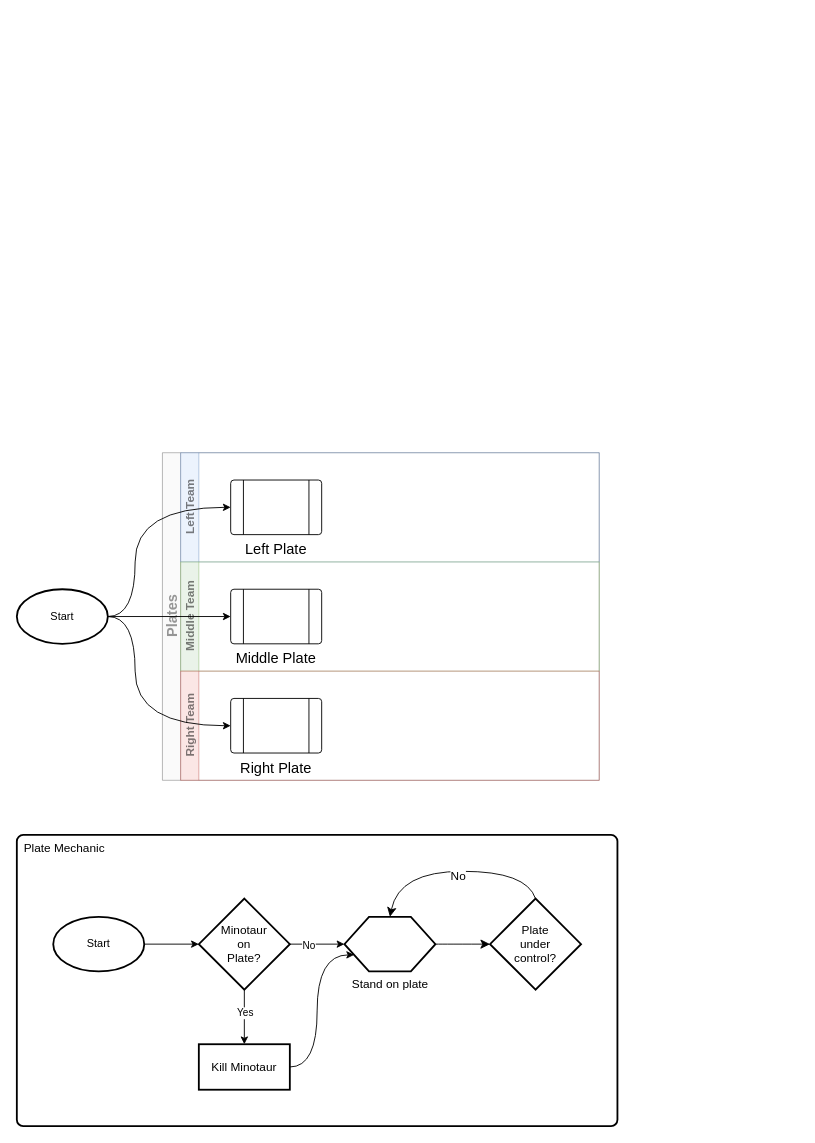
This is docs/Vault of Glass.drawio from Yogarine/grave.world, a draw.io file, before an edit. Source tidied: cells renumbered, new cells numbered last; positions are measured from the earlier drawing's top-left corner, leaving out a move shared by most shapes. Both pictures are drawn from the tidied source at 91%, with x=0, y=0 at pixel (16, 452).
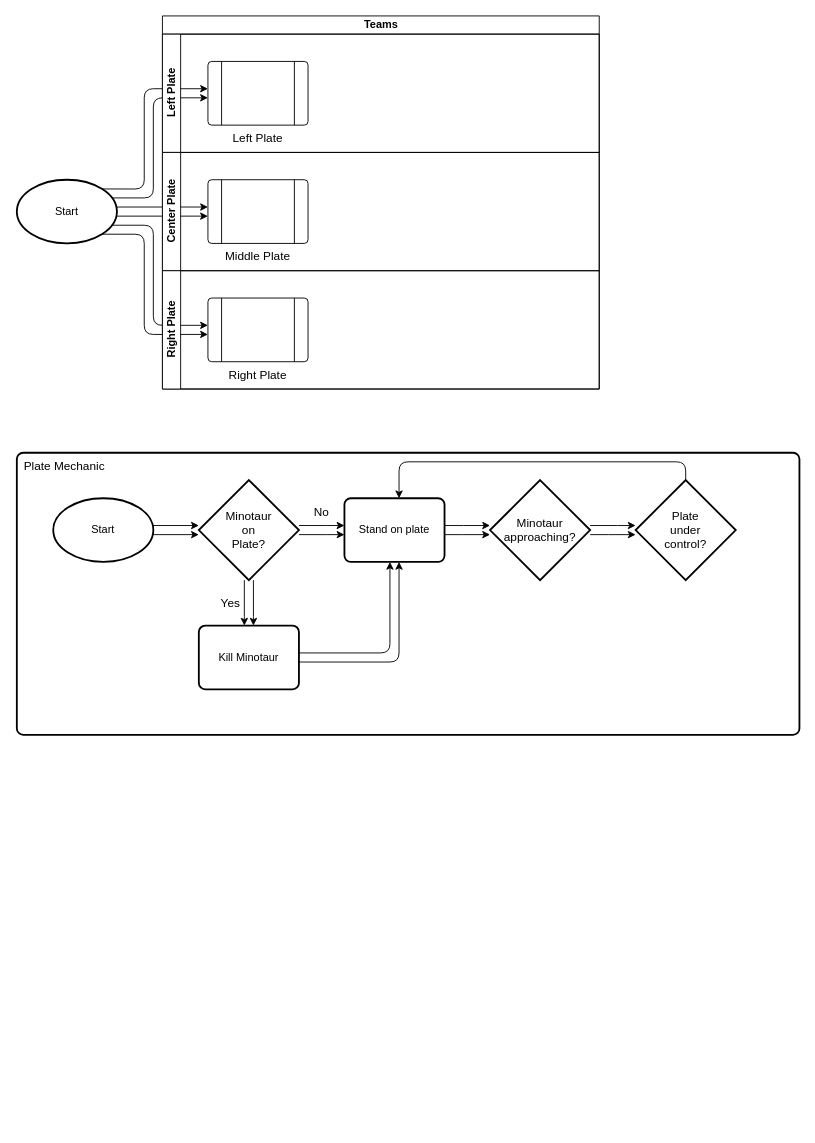
The same diagram, later.

Diff of the diagram source:
```diff
@@
-    <mxCell id="2" value="Plate Mechanic" style="rounded=1;whiteSpace=wrap;html=1;absoluteArcSize=1;arcSize=14;strokeWidth=2;align=left;verticalAlign=top;fontSize=13;spacingLeft=6;" parent="1" vertex="1">
-      <mxGeometry y="420" width="660" height="320" as="geometry" />
+    <mxCell id="2" value="Plate Mechanic" style="rounded=1;whiteSpace=wrap;html=1;absoluteArcSize=1;arcSize=14;strokeWidth=2;align=left;verticalAlign=top;fontSize=13;spacingLeft=6;fillColor=none;" parent="1" vertex="1">
+      <mxGeometry width="860" height="310" as="geometry" />
     </mxCell>
-    <mxCell id="3" value="Plates" style="swimlane;horizontal=0;startSize=20;html=1;fontSize=16;fillColor=#f5f5f5;fontColor=#333333;strokeColor=#666666;opacity=50;textOpacity=50;" parent="1" vertex="1">
-      <mxGeometry x="160" width="480" height="360" as="geometry" />
-    </mxCell>
-    <mxCell id="4" value="Left Team" style="swimlane;startSize=20;horizontal=0;html=1;fontSize=13;fillColor=#dae8fc;strokeColor=#6c8ebf;opacity=50;textOpacity=50;" parent="3" vertex="1">
-      <mxGeometry x="20" width="460" height="120" as="geometry" />
-    </mxCell>
+    <mxCell id="28" value="No" style="text;html=1;strokeColor=none;fillColor=none;align=center;verticalAlign=middle;whiteSpace=wrap;rounded=0;fontSize=13;" parent="2" vertex="1">
+      <mxGeometry x="310" y="50" width="50" height="30" as="geometry" />
+    </mxCell>
+    <mxCell id="29" style="edgeStyle=orthogonalEdgeStyle;jettySize=auto;html=1;curved=1;" parent="2" edge="1" source="10" target="36">
+      <mxGeometry relative="1" as="geometry">
+        <Array as="points">
+          <mxPoint x="490" y="80" />
+          <mxPoint x="490" y="80" />
+        </Array>
+      </mxGeometry>
+    </mxCell>
+    <mxCell id="30" style="edgeStyle=orthogonalEdgeStyle;rounded=0;jettySize=auto;html=1;" parent="2" edge="1" source="10" target="36">
+      <mxGeometry relative="1" as="geometry">
+        <Array as="points">
+          <mxPoint x="490" y="90" />
+          <mxPoint x="490" y="90" />
+        </Array>
+      </mxGeometry>
+    </mxCell>
+    <mxCell id="13" style="edgeStyle=orthogonalEdgeStyle;rounded=0;jettySize=auto;html=1;strokeWidth=1;fontSize=13;" parent="2" edge="1" source="15" target="10">
+      <mxGeometry relative="1" as="geometry">
+        <Array as="points">
+          <mxPoint x="340" y="90" />
+          <mxPoint x="340" y="90" />
+        </Array>
+      </mxGeometry>
+    </mxCell>
+    <mxCell id="16" style="edgeStyle=orthogonalEdgeStyle;jettySize=auto;html=1;rounded=1;" parent="2" edge="1" source="17" target="10">
+      <mxGeometry relative="1" as="geometry">
+        <Array as="points">
+          <mxPoint x="410" y="220" />
+        </Array>
+      </mxGeometry>
+    </mxCell>
+    <mxCell id="31" style="edgeStyle=orthogonalEdgeStyle;jettySize=auto;html=1;rounded=1;" parent="2" edge="1" source="17" target="10">
+      <mxGeometry relative="1" as="geometry">
+        <Array as="points">
+          <mxPoint x="420" y="230" />
+        </Array>
+      </mxGeometry>
+    </mxCell>
+    <mxCell id="11" style="edgeStyle=orthogonalEdgeStyle;rounded=0;jettySize=auto;html=1;" parent="2" edge="1" source="15" target="17">
+      <mxGeometry relative="1" as="geometry">
+        <Array as="points">
+          <mxPoint x="250" y="180" />
+          <mxPoint x="250" y="180" />
+        </Array>
+      </mxGeometry>
+    </mxCell>
+    <mxCell id="20" style="edgeStyle=orthogonalEdgeStyle;jettySize=auto;html=1;exitX=0.5;exitY=1;exitDx=0;exitDy=0;exitPerimeter=0;rounded=1;" parent="2" edge="1" source="18" target="10">
+      <mxGeometry relative="1" as="geometry">
+        <Array as="points">
+          <mxPoint x="735" y="10" />
+          <mxPoint x="420" y="10" />
+        </Array>
+      </mxGeometry>
+    </mxCell>
+    <mxCell id="18" value="Plate&lt;br style=&quot;font-size: 13px;&quot;&gt;under&lt;br style=&quot;font-size: 13px;&quot;&gt;control?" style="strokeWidth=2;html=1;shape=mxgraph.flowchart.decision;whiteSpace=wrap;fontSize=13;direction=west;" parent="2" vertex="1">
+      <mxGeometry x="680" y="30" width="110" height="110" as="geometry" />
+    </mxCell>
+    <mxCell id="22" style="edgeStyle=orthogonalEdgeStyle;rounded=0;jettySize=auto;html=1;exitX=1;exitY=0.5;exitDx=0;exitDy=0;exitPerimeter=0;" parent="2" edge="1" source="23" target="15">
+      <mxGeometry relative="1" as="geometry">
+        <Array as="points">
+          <mxPoint x="150" y="80" />
+        </Array>
+      </mxGeometry>
+    </mxCell>
+    <mxCell id="32" style="edgeStyle=orthogonalEdgeStyle;rounded=0;jettySize=auto;html=1;exitX=1;exitY=0.5;exitDx=0;exitDy=0;exitPerimeter=0;" parent="2" edge="1" source="23" target="15">
+      <mxGeometry relative="1" as="geometry">
+        <Array as="points">
+          <mxPoint x="150" y="90" />
+        </Array>
+      </mxGeometry>
+    </mxCell>
+    <mxCell id="33" style="edgeStyle=orthogonalEdgeStyle;rounded=0;jettySize=auto;html=1;" parent="2" edge="1" source="15" target="17">
+      <mxGeometry relative="1" as="geometry">
+        <Array as="points">
+          <mxPoint x="260" y="180" />
+          <mxPoint x="260" y="180" />
+        </Array>
+      </mxGeometry>
+    </mxCell>
+    <mxCell id="15" value="Minotaur&lt;br style=&quot;font-size: 13px;&quot;&gt;on&lt;br style=&quot;font-size: 13px;&quot;&gt;Plate?" style="strokeWidth=2;html=1;shape=mxgraph.flowchart.decision;whiteSpace=wrap;fontSize=13;" parent="2" vertex="1">
+      <mxGeometry x="200" y="30" width="110" height="110" as="geometry" />
+    </mxCell>
+    <mxCell id="23" value="Start" style="strokeWidth=2;html=1;shape=mxgraph.flowchart.start_1;whiteSpace=wrap;" parent="2" vertex="1">
+      <mxGeometry x="40" y="50" width="110" height="70" as="geometry" />
+    </mxCell>
+    <mxCell id="34" style="edgeStyle=orthogonalEdgeStyle;rounded=0;jettySize=auto;html=1;" parent="2" edge="1" source="36" target="18">
+      <mxGeometry relative="1" as="geometry">
+        <Array as="points">
+          <mxPoint x="660" y="80" />
+          <mxPoint x="660" y="80" />
+        </Array>
+      </mxGeometry>
+    </mxCell>
+    <mxCell id="35" style="edgeStyle=orthogonalEdgeStyle;rounded=0;jettySize=auto;html=1;" parent="2" edge="1" source="36" target="18">
+      <mxGeometry relative="1" as="geometry">
+        <Array as="points">
+          <mxPoint x="650" y="90" />
+          <mxPoint x="650" y="90" />
+        </Array>
+      </mxGeometry>
+    </mxCell>
+    <mxCell id="36" value="Minotaur&lt;br style=&quot;font-size: 13px;&quot;&gt;approaching?" style="strokeWidth=2;html=1;shape=mxgraph.flowchart.decision;whiteSpace=wrap;fontSize=13;" parent="2" vertex="1">
+      <mxGeometry x="520" y="30" width="110" height="110" as="geometry" />
+    </mxCell>
+    <mxCell id="37" style="edgeStyle=orthogonalEdgeStyle;rounded=0;jettySize=auto;html=1;strokeWidth=1;fontSize=13;" parent="2" edge="1" source="15" target="10">
+      <mxGeometry relative="1" as="geometry">
+        <Array as="points">
+          <mxPoint x="340" y="80" />
+          <mxPoint x="340" y="80" />
+        </Array>
+      </mxGeometry>
+    </mxCell>
+    <mxCell id="10" value="Stand on plate" style="rounded=1;whiteSpace=wrap;html=1;absoluteArcSize=1;arcSize=14;strokeWidth=2;" parent="2" vertex="1">
+      <mxGeometry x="360" y="50" width="110" height="70" as="geometry" />
+    </mxCell>
+    <mxCell id="17" value="Kill Minotaur" style="rounded=1;whiteSpace=wrap;html=1;absoluteArcSize=1;arcSize=14;strokeWidth=2;" parent="2" vertex="1">
+      <mxGeometry x="200" y="190" width="110" height="70" as="geometry" />
+    </mxCell>
+    <mxCell id="12" value="Yes" style="text;html=1;strokeColor=none;fillColor=none;align=center;verticalAlign=middle;whiteSpace=wrap;rounded=0;fontSize=13;" parent="2" vertex="1">
+      <mxGeometry x="210" y="150" width="50" height="30" as="geometry" />
+    </mxCell>
+    <mxCell id="38" style="edgeStyle=orthogonalEdgeStyle;rounded=1;jettySize=auto;html=1;exitX=1;exitY=0.5;exitDx=0;exitDy=0;exitPerimeter=0;" parent="1" edge="1" source="27" target="7">
+      <mxGeometry relative="1" as="geometry">
+        <Array as="points">
+          <mxPoint x="100" y="-265" />
+          <mxPoint x="100" y="-270" />
+        </Array>
+      </mxGeometry>
+    </mxCell>
+    <mxCell id="39" style="edgeStyle=orthogonalEdgeStyle;rounded=1;jettySize=auto;html=1;exitX=1;exitY=0.5;exitDx=0;exitDy=0;exitPerimeter=0;" parent="1" edge="1" source="27" target="7">
+      <mxGeometry relative="1" as="geometry">
+        <Array as="points">
+          <mxPoint x="100" y="-265" />
+          <mxPoint x="100" y="-260" />
+        </Array>
+      </mxGeometry>
+    </mxCell>
+    <mxCell id="40" style="edgeStyle=orthogonalEdgeStyle;rounded=1;jettySize=auto;html=1;exitX=0.855;exitY=0.145;exitDx=0;exitDy=0;exitPerimeter=0;" parent="1" edge="1" source="27" target="5">
+      <mxGeometry relative="1" as="geometry">
+        <Array as="points">
+          <mxPoint x="94" y="-280" />
+          <mxPoint x="150" y="-280" />
+          <mxPoint x="150" y="-390" />
+        </Array>
+      </mxGeometry>
+    </mxCell>
+    <mxCell id="41" style="edgeStyle=orthogonalEdgeStyle;rounded=1;jettySize=auto;html=1;exitX=0.855;exitY=0.145;exitDx=0;exitDy=0;exitPerimeter=0;" parent="1" edge="1" source="27" target="5">
+      <mxGeometry relative="1" as="geometry">
+        <Array as="points">
+          <mxPoint x="140" y="-290" />
+          <mxPoint x="140" y="-400" />
+        </Array>
+      </mxGeometry>
+    </mxCell>
+    <mxCell id="42" style="edgeStyle=orthogonalEdgeStyle;jettySize=auto;html=1;exitX=0.855;exitY=0.855;exitDx=0;exitDy=0;exitPerimeter=0;rounded=1;" parent="1" edge="1" source="27" target="9">
+      <mxGeometry relative="1" as="geometry">
+        <Array as="points">
+          <mxPoint x="94" y="-250" />
+          <mxPoint x="150" y="-250" />
+          <mxPoint x="150" y="-140" />
+        </Array>
+      </mxGeometry>
+    </mxCell>
+    <mxCell id="43" style="edgeStyle=orthogonalEdgeStyle;rounded=1;jettySize=auto;html=1;exitX=0.855;exitY=0.855;exitDx=0;exitDy=0;exitPerimeter=0;" parent="1" edge="1" source="27" target="9">
+      <mxGeometry relative="1" as="geometry">
+        <Array as="points">
+          <mxPoint x="140" y="-240" />
+          <mxPoint x="140" y="-130" />
+        </Array>
+      </mxGeometry>
+    </mxCell>
+    <mxCell id="27" value="Start" style="strokeWidth=2;html=1;shape=mxgraph.flowchart.start_1;whiteSpace=wrap;" parent="1" vertex="1">
+      <mxGeometry y="-300" width="110" height="70" as="geometry" />
+    </mxCell>
+    <mxCell id="44" value="Teams" style="swimlane;horizontal=1;startSize=20;html=1;fontSize=12;" parent="1" vertex="1">
+      <mxGeometry x="160" y="-480" width="480" height="410" as="geometry" />
+    </mxCell>
+    <mxCell id="45" value="Left Plate" style="swimlane;startSize=20;horizontal=0;html=1;" parent="44" vertex="1">
+      <mxGeometry y="20" width="480" height="130" as="geometry" />
+    </mxCell>
-    <mxCell id="5" value="Left Plate" style="verticalLabelPosition=bottom;verticalAlign=top;html=1;shape=process;whiteSpace=wrap;rounded=1;size=0.14;arcSize=6;fontSize=16;" parent="4" vertex="1">
-      <mxGeometry x="55" y="30" width="100" height="60" as="geometry" />
+    <mxCell id="5" value="&lt;font style=&quot;font-size: 13px;&quot;&gt;Left Plate&lt;/font&gt;" style="verticalLabelPosition=bottom;verticalAlign=top;html=1;shape=process;whiteSpace=wrap;rounded=1;size=0.14;arcSize=6;fontSize=13;" parent="45" vertex="1">
+      <mxGeometry x="50" y="30" width="110" height="70" as="geometry" />
     </mxCell>
-    <mxCell id="6" value="Middle Team" style="swimlane;startSize=20;horizontal=0;html=1;fontSize=13;fillColor=#d5e8d4;strokeColor=#82b366;opacity=50;textOpacity=50;" parent="3" vertex="1">
-      <mxGeometry x="20" y="120" width="460" height="120" as="geometry" />
-    </mxCell>
+    <mxCell id="46" value="Center Plate" style="swimlane;startSize=20;horizontal=0;html=1;" parent="44" vertex="1">
+      <mxGeometry y="150" width="480" height="130" as="geometry" />
+    </mxCell>
-    <mxCell id="7" value="Middle Plate" style="verticalLabelPosition=bottom;verticalAlign=top;html=1;shape=process;whiteSpace=wrap;rounded=1;size=0.14;arcSize=6;fontSize=16;" parent="6" vertex="1">
-      <mxGeometry x="55" y="30" width="100" height="60" as="geometry" />
+    <mxCell id="7" value="&lt;font style=&quot;font-size: 13px;&quot;&gt;Middle Plate&lt;/font&gt;" style="verticalLabelPosition=bottom;verticalAlign=top;html=1;shape=process;whiteSpace=wrap;rounded=1;size=0.14;arcSize=6;fontSize=13;" parent="46" vertex="1">
+      <mxGeometry x="50" y="30" width="110" height="70" as="geometry" />
     </mxCell>
-    <mxCell id="8" value="Right Team" style="swimlane;startSize=20;horizontal=0;html=1;fontSize=13;fillColor=#f8cecc;strokeColor=#b85450;opacity=50;textOpacity=50;" parent="3" vertex="1">
-      <mxGeometry x="20" y="240" width="460" height="120" as="geometry" />
-    </mxCell>
+    <mxCell id="47" value="Right Plate" style="swimlane;startSize=20;horizontal=0;html=1;" parent="44" vertex="1">
+      <mxGeometry y="280" width="480" height="130" as="geometry" />
+    </mxCell>
-    <mxCell id="9" value="Right Plate" style="verticalLabelPosition=bottom;verticalAlign=top;html=1;shape=process;whiteSpace=wrap;rounded=1;size=0.14;arcSize=6;fontSize=16;" parent="8" vertex="1">
-      <mxGeometry x="55" y="30" width="100" height="60" as="geometry" />
+    <mxCell id="9" value="Right Plate" style="verticalLabelPosition=bottom;verticalAlign=top;html=1;shape=process;whiteSpace=wrap;rounded=1;size=0.14;arcSize=6;fontSize=13;" parent="47" vertex="1">
+      <mxGeometry x="50" y="30" width="110" height="70" as="geometry" />
     </mxCell>
-    <mxCell id="10" value="Stand on plate" style="verticalLabelPosition=bottom;verticalAlign=top;html=1;shape=hexagon;perimeter=hexagonPerimeter2;arcSize=6;size=0.27;fontSize=13;strokeWidth=2;" parent="1" vertex="1">
-      <mxGeometry x="360" y="510" width="100" height="60" as="geometry" />
-    </mxCell>
-    <mxCell id="11" style="edgeStyle=orthogonalEdgeStyle;rounded=0;jettySize=auto;html=1;exitX=0.5;exitY=1;exitDx=0;exitDy=0;exitPerimeter=0;entryX=0.5;entryY=0;entryDx=0;entryDy=0;" parent="1" edge="1" source="15" target="17">
-      <mxGeometry relative="1" as="geometry" />
-    </mxCell>
-    <mxCell id="12" value="Yes" style="edgeLabel;html=1;align=center;verticalAlign=middle;" parent="11" vertex="1">
-      <mxGeometry x="-0.16" relative="1" as="geometry" />
-    </mxCell>
-    <mxCell id="13" style="edgeStyle=orthogonalEdgeStyle;rounded=0;jettySize=auto;html=1;exitX=1;exitY=0.5;exitDx=0;exitDy=0;exitPerimeter=0;entryX=0;entryY=0.5;entryDx=0;entryDy=0;strokeWidth=1;fontSize=13;" parent="1" edge="1" source="15" target="10">
-      <mxGeometry relative="1" as="geometry" />
-    </mxCell>
-    <mxCell id="14" value="No" style="edgeLabel;html=1;align=center;verticalAlign=middle;" parent="13" vertex="1">
-      <mxGeometry x="-0.34" y="-1" relative="1" as="geometry" />
-    </mxCell>
-    <mxCell id="15" value="Minotaur&lt;br style=&quot;font-size: 13px;&quot;&gt;on&lt;br style=&quot;font-size: 13px;&quot;&gt;Plate?" style="strokeWidth=2;html=1;shape=mxgraph.flowchart.decision;whiteSpace=wrap;fontSize=13;" parent="1" vertex="1">
-      <mxGeometry x="200" y="490" width="100" height="100" as="geometry" />
-    </mxCell>
-    <mxCell id="16" style="edgeStyle=orthogonalEdgeStyle;jettySize=auto;html=1;exitX=1;exitY=0.5;exitDx=0;exitDy=0;entryX=0;entryY=0.75;entryDx=0;entryDy=0;curved=1;" parent="1" edge="1" source="17" target="10">
-      <mxGeometry relative="1" as="geometry">
-        <Array as="points">
-          <mxPoint x="330" y="675" />
-          <mxPoint x="330" y="552" />
-        </Array>
-      </mxGeometry>
-    </mxCell>
-    <mxCell id="17" value="Kill Minotaur" style="rounded=0;whiteSpace=wrap;html=1;fontSize=13;strokeWidth=2;" parent="1" vertex="1">
-      <mxGeometry x="200" y="650" width="100" height="50" as="geometry" />
-    </mxCell>
-    <mxCell id="18" value="Plate&lt;br style=&quot;font-size: 13px;&quot;&gt;under&lt;br style=&quot;font-size: 13px;&quot;&gt;control?" style="strokeWidth=2;html=1;shape=mxgraph.flowchart.decision;whiteSpace=wrap;fontSize=13;direction=west;" parent="1" vertex="1">
-      <mxGeometry x="520" y="490" width="100" height="100" as="geometry" />
-    </mxCell>
-    <mxCell id="19" style="endArrow=classic;html=1;rounded=0;fontSize=12;startSize=8;endSize=8;curved=1;exitX=1;exitY=0.5;exitDx=0;exitDy=0;entryX=1;entryY=0.5;entryDx=0;entryDy=0;entryPerimeter=0;" parent="1" edge="1" source="10" target="18">
-      <mxGeometry relative="1" as="geometry" />
-    </mxCell>
-    <mxCell id="20" style="endArrow=classic;html=1;rounded=0;fontSize=12;startSize=8;endSize=8;curved=1;exitX=0.5;exitY=1;exitDx=0;exitDy=0;exitPerimeter=0;entryX=0.5;entryY=0;entryDx=0;entryDy=0;" parent="1" edge="1" source="18" target="10">
-      <mxGeometry relative="1" as="geometry">
-        <Array as="points">
-          <mxPoint x="560" y="460" />
-          <mxPoint x="420" y="460" />
-        </Array>
-      </mxGeometry>
-    </mxCell>
-    <mxCell id="21" value="&lt;font style=&quot;font-size: 13px;&quot;&gt;No&lt;/font&gt;" style="edgeLabel;html=1;align=center;verticalAlign=middle;fontSize=16;" parent="20" vertex="1">
-      <mxGeometry x="-0.04" y="3" relative="1" as="geometry" />
-    </mxCell>
-    <mxCell id="22" style="edgeStyle=orthogonalEdgeStyle;rounded=0;jettySize=auto;html=1;exitX=1;exitY=0.5;exitDx=0;exitDy=0;exitPerimeter=0;entryX=0;entryY=0.5;entryDx=0;entryDy=0;entryPerimeter=0;" parent="1" edge="1" source="23" target="15">
-      <mxGeometry relative="1" as="geometry" />
-    </mxCell>
-    <mxCell id="23" value="Start" style="strokeWidth=2;html=1;shape=mxgraph.flowchart.start_1;whiteSpace=wrap;" parent="1" vertex="1">
-      <mxGeometry x="40" y="510" width="100" height="60" as="geometry" />
-    </mxCell>
-    <mxCell id="24" style="edgeStyle=orthogonalEdgeStyle;jettySize=auto;html=1;exitX=1;exitY=0.5;exitDx=0;exitDy=0;exitPerimeter=0;entryX=0;entryY=0.5;entryDx=0;entryDy=0;curved=1;" parent="1" edge="1" source="27" target="5">
-      <mxGeometry relative="1" as="geometry">
-        <Array as="points">
-          <mxPoint x="130" y="180" />
-          <mxPoint x="130" y="60" />
-        </Array>
-      </mxGeometry>
-    </mxCell>
-    <mxCell id="25" style="edgeStyle=orthogonalEdgeStyle;jettySize=auto;html=1;exitX=1;exitY=0.5;exitDx=0;exitDy=0;exitPerimeter=0;entryX=0;entryY=0.5;entryDx=0;entryDy=0;curved=1;" parent="1" edge="1" source="27" target="9">
-      <mxGeometry relative="1" as="geometry">
-        <Array as="points">
-          <mxPoint x="130" y="180" />
-          <mxPoint x="130" y="300" />
-        </Array>
-      </mxGeometry>
-    </mxCell>
-    <mxCell id="26" style="edgeStyle=orthogonalEdgeStyle;rounded=0;jettySize=auto;html=1;exitX=1;exitY=0.5;exitDx=0;exitDy=0;exitPerimeter=0;entryX=0;entryY=0.5;entryDx=0;entryDy=0;" parent="1" edge="1" source="27" target="7">
-      <mxGeometry relative="1" as="geometry" />
-    </mxCell>
-    <mxCell id="27" value="Start" style="strokeWidth=2;html=1;shape=mxgraph.flowchart.start_1;whiteSpace=wrap;" parent="1" vertex="1">
-      <mxGeometry y="150" width="100" height="60" as="geometry" />
-    </mxCell>
```
